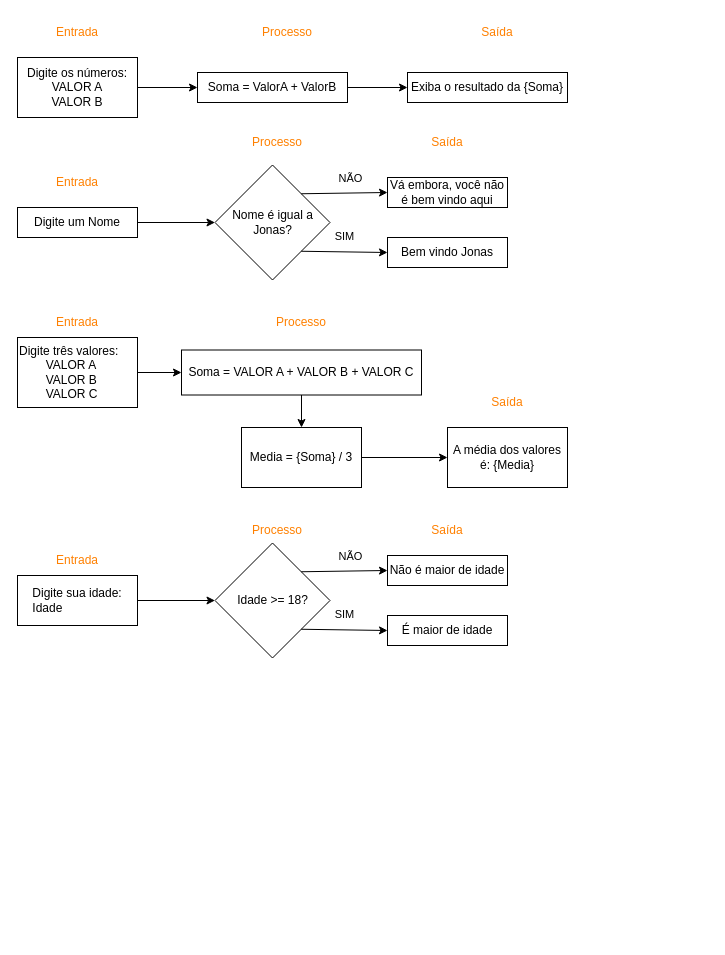
The draw.io diagram Draw_Git/exercicios-pdf1-ciclo1.drawio in Gabrielnbr/Draw, before the edit. Source tidied: cells renumbered, new cells numbered last; positions are measured from the earlier drawing's top-left corner, leaving out a move shared by most shapes. Both pictures are drawn from the tidied source at 100%, with x=0, y=0 at pixel (17, 17).
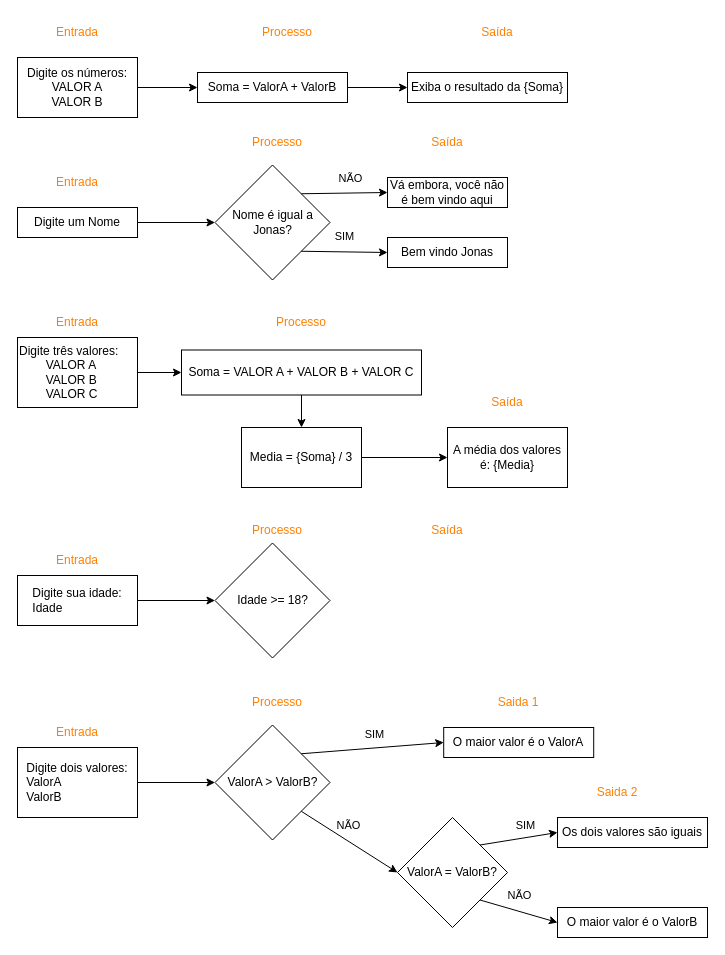
The same diagram, later.

Unchanged cells that the change refers to:
```xml
<mxCell id="35" value="Idade &amp;gt;= 18?" style="rhombus;whiteSpace=wrap;html=1;fillColor=none;rounded=0;" parent="1" vertex="1">
  <mxGeometry x="197.5" y="525.5" width="115" height="115" as="geometry" />
</mxCell>
```

The edit, as a diff of the source:
```diff
@@
-    <mxCell id="36" value="É maior de idade" style="rounded=0;whiteSpace=wrap;html=1;fillColor=none;" parent="1" vertex="1">
-      <mxGeometry x="370" y="598" width="120" height="30" as="geometry" />
+    <mxCell id="36" value="O maior valor é o ValorB" style="rounded=0;whiteSpace=wrap;html=1;fillColor=none;" parent="1" vertex="1">
+      <mxGeometry x="540" y="890" width="150" height="30" as="geometry" />
     </mxCell>
-    <mxCell id="37" value="Não é maior de idade" style="rounded=0;whiteSpace=wrap;html=1;fillColor=none;" parent="1" vertex="1">
-      <mxGeometry x="370" y="538" width="120" height="30" as="geometry" />
+    <mxCell id="37" value="Os dois valores são iguais" style="rounded=0;whiteSpace=wrap;html=1;fillColor=none;" parent="1" vertex="1">
+      <mxGeometry x="540" y="800" width="150" height="30" as="geometry" />
     </mxCell>
-    <mxCell id="38" style="endArrow=classic;html=1;rounded=0;entryX=0;entryY=0.5;entryDx=0;entryDy=0;exitX=1;exitY=1;exitDx=0;exitDy=0;" parent="1" edge="1" source="35" target="36">
+    <mxCell id="38" style="endArrow=classic;html=1;rounded=0;entryX=0;entryY=0.5;entryDx=0;entryDy=0;exitX=1;exitY=1;exitDx=0;exitDy=0;" parent="1" edge="1" source="55" target="36">
       <mxGeometry relative="1" as="geometry" />
     </mxCell>
-    <mxCell id="39" value="SIM" style="edgeLabel;html=1;align=center;verticalAlign=middle;labelBackgroundColor=none;" parent="38" vertex="1">
+    <mxCell id="39" value="NÃO" style="edgeLabel;html=1;align=center;verticalAlign=middle;labelBackgroundColor=none;" parent="38" vertex="1">
       <mxGeometry x="-0.02" y="-3" relative="1" as="geometry">
         <mxPoint x="1" y="-19" as="offset" />
       </mxGeometry>
     </mxCell>
-    <mxCell id="40" style="endArrow=classic;html=1;rounded=0;entryX=0;entryY=0.5;entryDx=0;entryDy=0;exitX=1;exitY=0;exitDx=0;exitDy=0;" parent="1" edge="1" source="35" target="37">
+    <mxCell id="40" style="endArrow=classic;html=1;rounded=0;entryX=0;entryY=0.5;entryDx=0;entryDy=0;exitX=1;exitY=0;exitDx=0;exitDy=0;" parent="1" edge="1" source="55" target="37">
       <mxGeometry relative="1" as="geometry" />
     </mxCell>
-    <mxCell id="41" value="NÃO" style="edgeLabel;html=1;align=center;verticalAlign=middle;labelBackgroundColor=none;" parent="40" vertex="1">
+    <mxCell id="41" value="SIM" style="edgeLabel;html=1;align=center;verticalAlign=middle;labelBackgroundColor=none;" parent="40" vertex="1">
       <mxGeometry x="-0.15" y="-2" relative="1" as="geometry">
         <mxPoint x="12" y="-17" as="offset" />
       </mxGeometry>
     </mxCell>
@@
+    <mxCell id="44" value="&lt;font style=&quot;color: rgb(255, 128, 0);&quot;&gt;Entrada&lt;/font&gt;" style="text;html=1;align=center;verticalAlign=middle;whiteSpace=wrap;rounded=0;" parent="1" vertex="1">
+      <mxGeometry x="30" y="700" width="60" height="30" as="geometry" />
+    </mxCell>
+    <mxCell id="45" style="edgeStyle=orthogonalEdgeStyle;rounded=0;jettySize=auto;html=1;" parent="1" edge="1" source="46" target="47">
+      <mxGeometry relative="1" as="geometry" />
+    </mxCell>
+    <mxCell id="46" value="&lt;span style=&quot;text-align: left;&quot;&gt;Digite dois valores:&lt;/span&gt;&lt;div style=&quot;text-align: left;&quot;&gt;ValorA&lt;/div&gt;&lt;div style=&quot;text-align: left;&quot;&gt;ValorB&lt;/div&gt;" style="rounded=0;whiteSpace=wrap;html=1;fillColor=none;" parent="1" vertex="1">
+      <mxGeometry y="730" width="120" height="70" as="geometry" />
+    </mxCell>
+    <mxCell id="47" value="ValorA &amp;gt; ValorB?" style="rhombus;whiteSpace=wrap;html=1;fillColor=none;rounded=0;" parent="1" vertex="1">
+      <mxGeometry x="197.5" y="707.5" width="115" height="115" as="geometry" />
+    </mxCell>
+    <mxCell id="48" value="O maior valor é o ValorA" style="rounded=0;whiteSpace=wrap;html=1;fillColor=none;" parent="1" vertex="1">
+      <mxGeometry x="426.2" y="710" width="150" height="30" as="geometry" />
+    </mxCell>
+    <mxCell id="49" style="endArrow=classic;html=1;rounded=0;exitX=1;exitY=1;exitDx=0;exitDy=0;entryX=0;entryY=0.5;entryDx=0;entryDy=0;" parent="1" edge="1" source="47" target="55">
+      <mxGeometry relative="1" as="geometry" />
+    </mxCell>
+    <mxCell id="50" value="NÃO" style="edgeLabel;html=1;align=center;verticalAlign=middle;labelBackgroundColor=none;" parent="49" vertex="1">
+      <mxGeometry x="-0.02" y="-3" relative="1" as="geometry">
+        <mxPoint x="1" y="-19" as="offset" />
+      </mxGeometry>
+    </mxCell>
+    <mxCell id="51" style="endArrow=classic;html=1;rounded=0;entryX=0;entryY=0.5;entryDx=0;entryDy=0;exitX=1;exitY=0;exitDx=0;exitDy=0;" parent="1" edge="1" source="47" target="48">
+      <mxGeometry relative="1" as="geometry" />
+    </mxCell>
+    <mxCell id="52" value="SIM" style="edgeLabel;html=1;align=center;verticalAlign=middle;labelBackgroundColor=none;" parent="51" vertex="1">
+      <mxGeometry x="-0.15" y="-2" relative="1" as="geometry">
+        <mxPoint x="12" y="-17" as="offset" />
+      </mxGeometry>
+    </mxCell>
+    <mxCell id="53" value="&lt;font style=&quot;color: rgb(255, 128, 0);&quot;&gt;Processo&lt;/font&gt;" style="text;html=1;align=center;verticalAlign=middle;whiteSpace=wrap;rounded=0;" parent="1" vertex="1">
+      <mxGeometry x="230" y="670" width="60" height="30" as="geometry" />
+    </mxCell>
+    <mxCell id="54" value="&lt;font style=&quot;color: rgb(255, 128, 0);&quot;&gt;Saida 1&lt;/font&gt;" style="text;html=1;align=center;verticalAlign=middle;whiteSpace=wrap;rounded=0;" parent="1" vertex="1">
+      <mxGeometry x="471.2" y="670" width="60" height="30" as="geometry" />
+    </mxCell>
+    <mxCell id="55" value="ValorA = ValorB?" style="rhombus;whiteSpace=wrap;html=1;fillColor=none;" parent="1" vertex="1">
+      <mxGeometry x="380" y="800" width="110" height="110" as="geometry" />
+    </mxCell>
+    <mxCell id="56" value="&lt;font style=&quot;color: rgb(255, 128, 0);&quot;&gt;Saida 2&lt;/font&gt;" style="text;html=1;align=center;verticalAlign=middle;whiteSpace=wrap;rounded=0;" parent="1" vertex="1">
+      <mxGeometry x="570" y="760" width="60" height="30" as="geometry" />
+    </mxCell>
```
